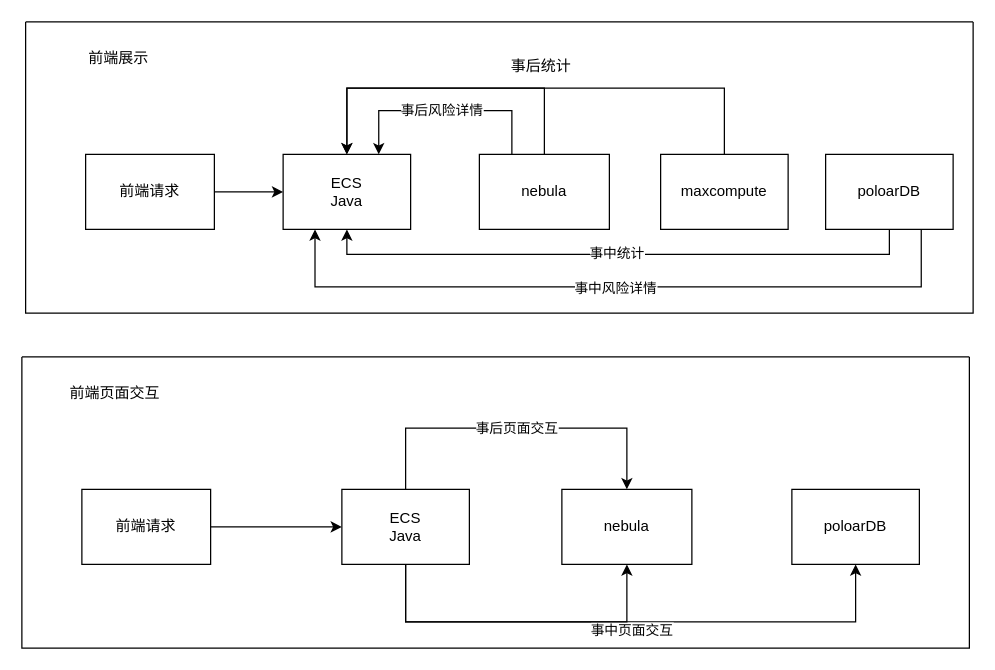
Above: page "Page-3" (3 of 4) of 友邦/友邦事中数据流.drawio in XiaoLiuAI/diagrams (draw.io), before the change. Source tidied: cells renumbered, new cells numbered last; positions are measured from the earlier drawing's top-left corner, leaving out a move shared by most shapes. Both pictures are drawn from the tidied source at 125%, with x=0, y=0 at pixel (21, 21).
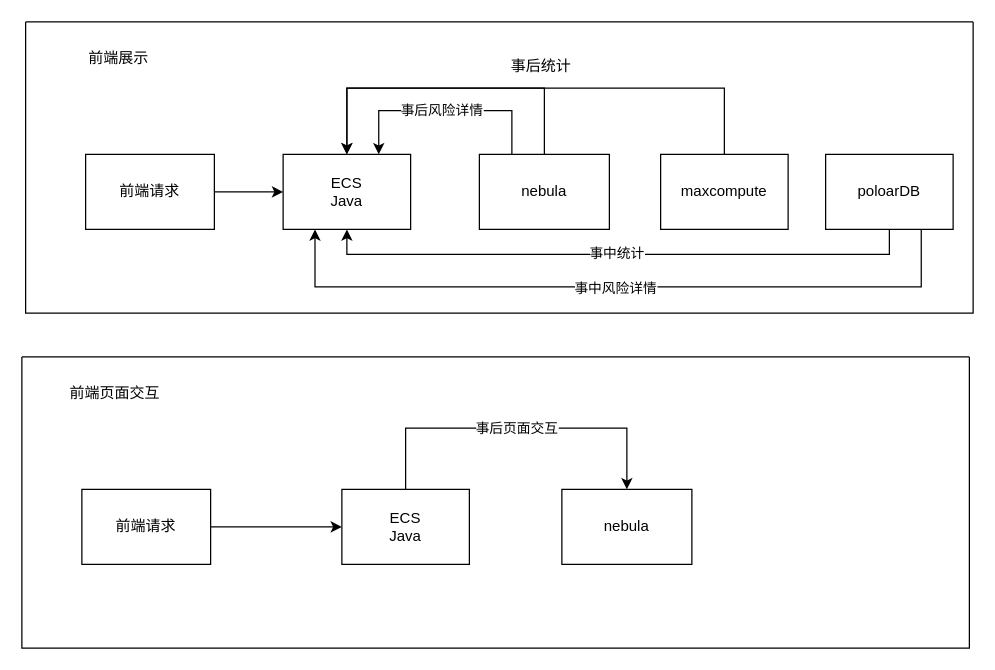
Above is the later version.

The change refers to these unchanged cells:
```xml
<mxCell id="19" style="swimlane;startSize=0;" parent="1" vertex="1">
  <mxGeometry y="268" width="758" height="233" as="geometry" />
</mxCell>
<mxCell id="27" value="ECS&lt;div&gt;Java&lt;/div&gt;" style="rounded=0;whiteSpace=wrap;html=1;" parent="19" vertex="1">
  <mxGeometry x="256" y="106" width="102" height="60" as="geometry" />
</mxCell>
<mxCell id="28" value="nebula" style="rounded=0;whiteSpace=wrap;html=1;" parent="19" vertex="1">
  <mxGeometry x="432" y="106" width="104" height="60" as="geometry" />
</mxCell>
```

Change to the diagram source:
```diff
@@
-    <mxCell id="24" style="edgeStyle=orthogonalEdgeStyle;rounded=0;jettySize=auto;html=1;exitX=0.5;exitY=1;exitDx=0;exitDy=0;entryX=0.5;entryY=1;entryDx=0;entryDy=0;" parent="19" edge="1" source="27" target="29">
-      <mxGeometry relative="1" as="geometry">
-        <Array as="points">
-          <mxPoint x="307" y="212" />
-          <mxPoint x="667" y="212" />
-        </Array>
-      </mxGeometry>
-    </mxCell>
-    <mxCell id="25" value="事中页面交互" style="edgeLabel;html=1;align=center;verticalAlign=middle;" parent="24" vertex="1">
-      <mxGeometry y="1" relative="1" as="geometry">
-        <mxPoint y="7" as="offset" />
-      </mxGeometry>
-    </mxCell>
-    <mxCell id="26" style="edgeStyle=orthogonalEdgeStyle;rounded=0;jettySize=auto;html=1;exitX=0.5;exitY=1;exitDx=0;exitDy=0;entryX=0.5;entryY=1;entryDx=0;entryDy=0;" parent="19" edge="1" source="27" target="28">
-      <mxGeometry relative="1" as="geometry">
-        <Array as="points">
-          <mxPoint x="307" y="212" />
-          <mxPoint x="484" y="212" />
-        </Array>
-      </mxGeometry>
-    </mxCell>
@@
-    <mxCell id="29" value="poloarDB" style="rounded=0;whiteSpace=wrap;html=1;" parent="19" vertex="1">
-      <mxGeometry x="616" y="106" width="102" height="60" as="geometry" />
-    </mxCell>
```
